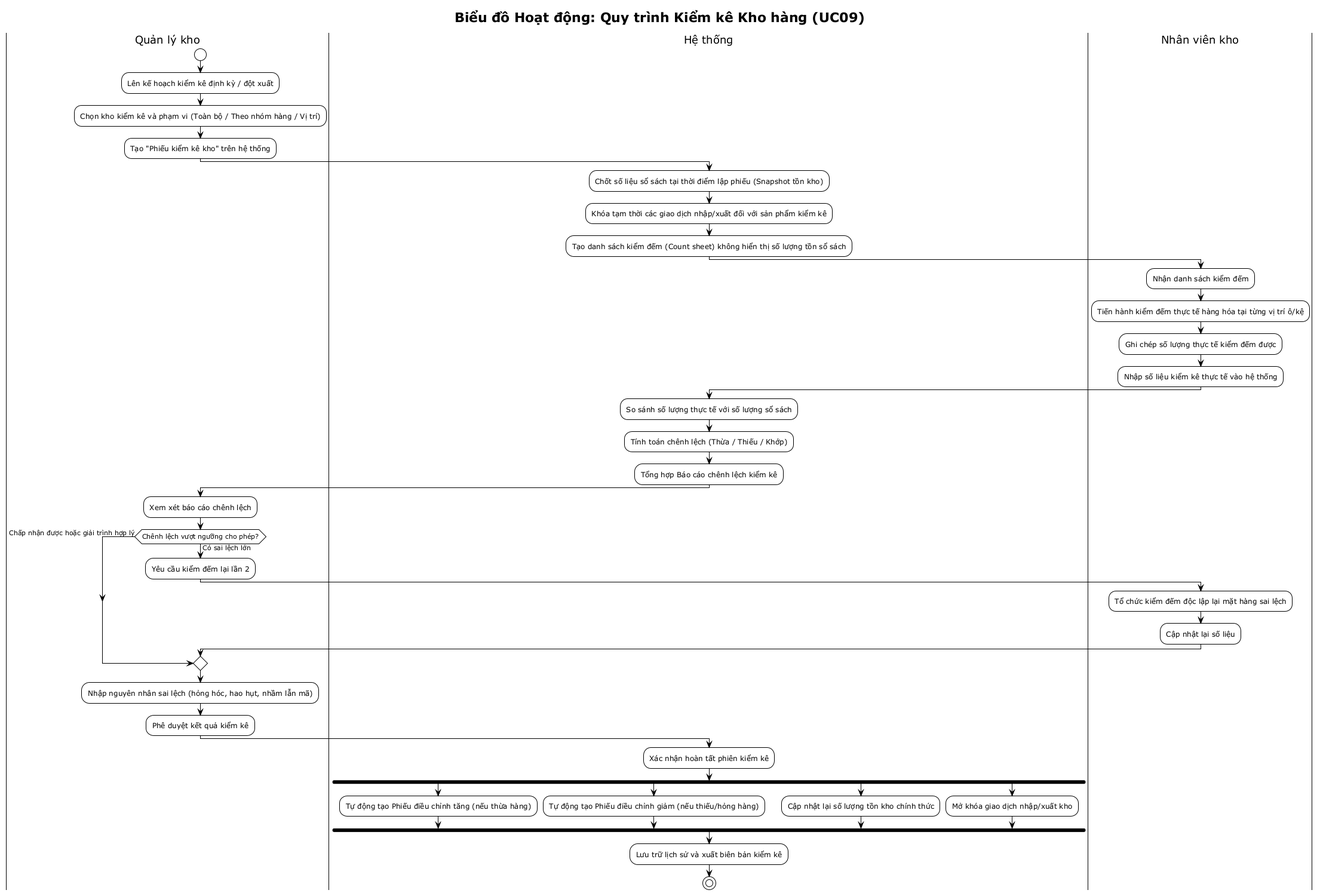
Earlier version of the PlantUML export BTL-QuanLyKhoHang/diagrams/activity-kiem-ke-kho.png (vuhoabinh2416137/G8_Quanlysanphamvakhohang). Source of this version:
```plantuml
@startuml activity-kiem-ke-kho
!theme plain
title Biểu đồ Hoạt động: Quy trình Kiểm kê Kho hàng (UC09)

|Quản lý kho|
start
:Lên kế hoạch kiểm kê định kỳ / đột xuất;
:Chọn kho kiểm kê và phạm vi (Toàn bộ / Theo nhóm hàng / Vị trí);
:Tạo "Phiếu kiểm kê kho" trên hệ thống;

|Hệ thống|
:Chốt số liệu sổ sách tại thời điểm lập phiếu (Snapshot tồn kho);
:Khóa tạm thời các giao dịch nhập/xuất đối với sản phẩm kiểm kê;
:Tạo danh sách kiểm đếm (Count sheet) không hiển thị số lượng tồn sổ sách;

|Nhân viên kho|
:Nhận danh sách kiểm đếm;
:Tiến hành kiểm đếm thực tế hàng hóa tại từng vị trí ô/kệ;
:Ghi chép số lượng thực tế kiểm đếm được;
:Nhập số liệu kiểm kê thực tế vào hệ thống;

|Hệ thống|
:So sánh số lượng thực tế với số lượng sổ sách;
:Tính toán chênh lệch (Thừa / Thiếu / Khớp);
:Tổng hợp Báo cáo chênh lệch kiểm kê;

|Quản lý kho|
:Xem xét báo cáo chênh lệch;
if (Chênh lệch vượt ngưỡng cho phép?) then (Có sai lệch lớn)
    :Yêu cầu kiểm đếm lại lần 2;
    |Nhân viên kho|
    :Tổ chức kiểm đếm độc lập lại mặt hàng sai lệch;
    :Cập nhật lại số liệu;
else (Chấp nhận được hoặc giải trình hợp lý)
endif

|Quản lý kho|
:Nhập nguyên nhân sai lệch (hỏng hóc, hao hụt, nhầm lẫn mã);
:Phê duyệt kết quả kiểm kê;

|Hệ thống|
:Xác nhận hoàn tất phiên kiểm kê;
fork
    :Tự động tạo Phiếu điều chỉnh tăng (nếu thừa hàng);
fork again
    :Tự động tạo Phiếu điều chỉnh giảm (nếu thiếu/hỏng hàng);
fork again
    :Cập nhật lại số lượng tồn kho chính thức;
fork again
    :Mở khóa giao dịch nhập/xuất kho;
end fork

:Lưu trữ lịch sử và xuất biên bản kiểm kê;
stop
@enduml
```
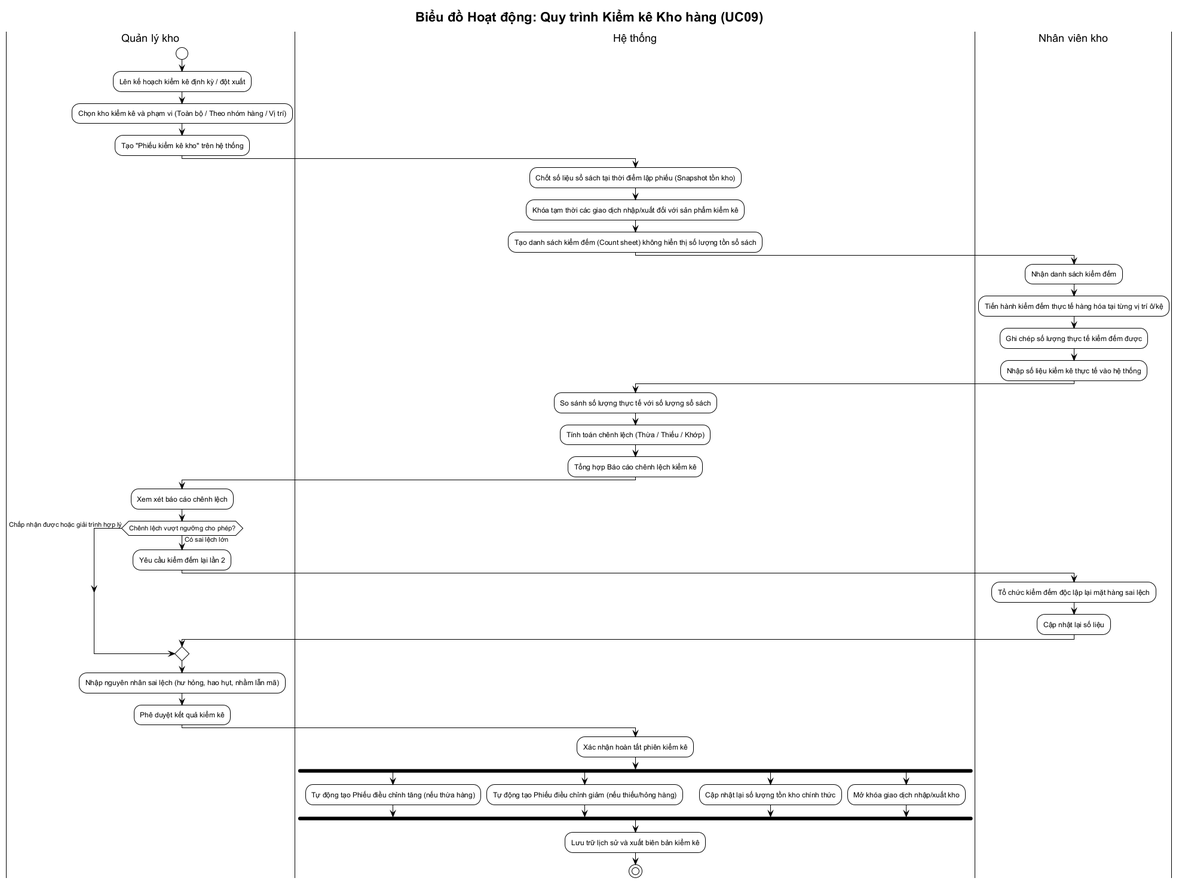
After the commit.

What changed in the source:
```diff
@@ -1,5 +1,6 @@
 @startuml activity-kiem-ke-kho
 !theme plain
+skinparam defaultFontName "Arial"
 title Biểu đồ Hoạt động: Quy trình Kiểm kê Kho hàng (UC09)
 
 |Quản lý kho|
@@ -35,7 +36,7 @@
 endif
 
 |Quản lý kho|
-:Nhập nguyên nhân sai lệch (hỏng hóc, hao hụt, nhầm lẫn mã);
+:Nhập nguyên nhân sai lệch (hư hỏng, hao hụt, nhầm lẫn mã);
 :Phê duyệt kết quả kiểm kê;
 
 |Hệ thống|
```
